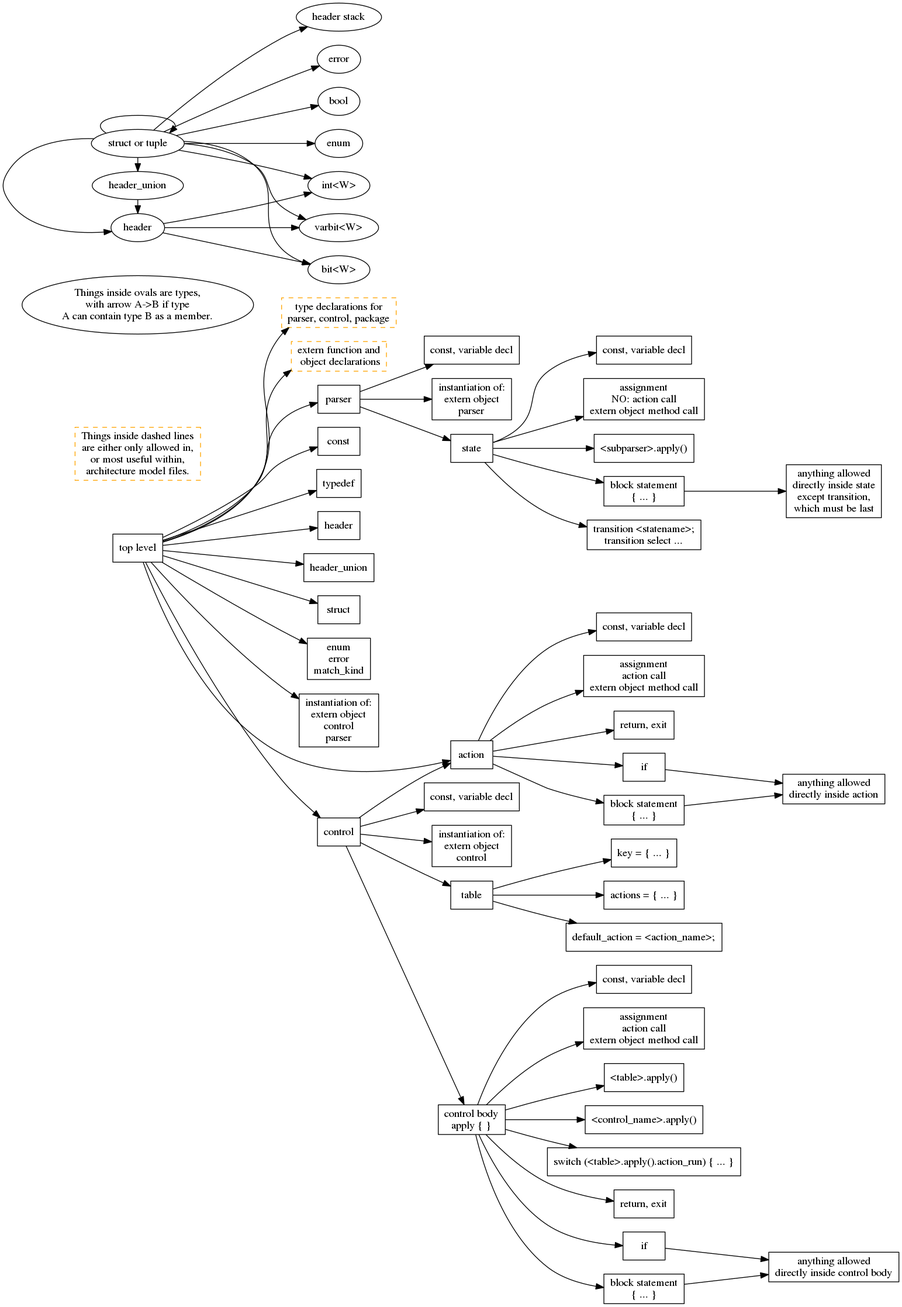
jafingerhut/p4-guide keeps this Graphviz diagram as p4-16-allowed-constructs.png. Above is the earlier version. Its source is kept beside it as p4-16-allowed-constructs.dot.
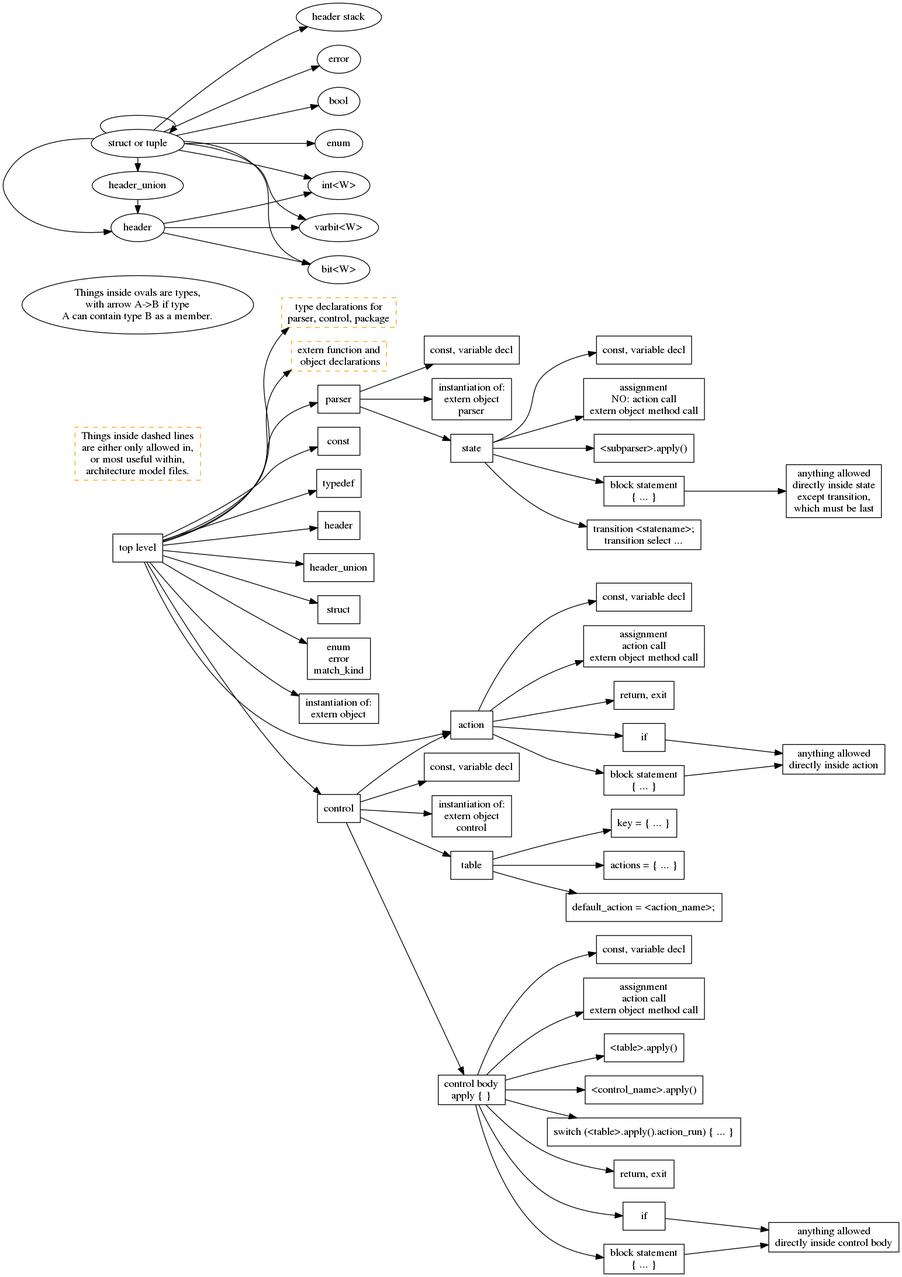
After the change.

Commit message:
Remove instantiation of controls and parsers at top level from allowed constructs

What changed in the source:
```diff
@@ -25,7 +25,7 @@
     toplevel -> enumErrorMatchKindDeclaration;
     enumErrorMatchKindDeclaration [label="enum\nerror\nmatch_kind"];
     toplevel -> Instantiation;
-    Instantiation [label="instantiation of:\nextern object\ncontrol\nparser"];
+    Instantiation [label="instantiation of:\nextern object"];
     toplevel -> actionDeclaration;
     actionDeclaration [label="action"];
     toplevel -> controlDeclaration;
```
